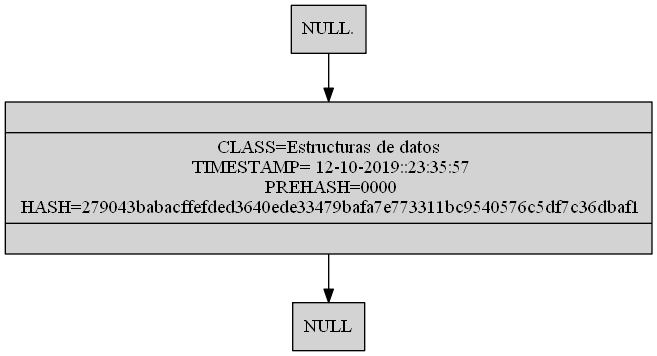
SelvinLP/EDD_2S2019_P2_201701133 keeps this Graphviz diagram as [EDD]P2_201701133/ListaDobleBlock.png. Above is the earlier version. Its source is kept beside it as [EDD]P2_201701133/ListaDobleBlock.dot.
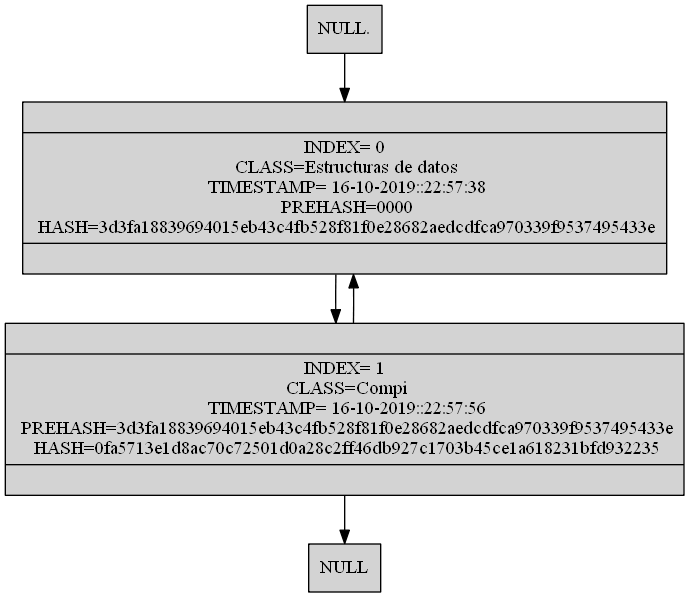
The same diagram one commit later.

The edit, as a diff of the source:
```diff
@@ -5,12 +5,17 @@
 "NULL" [shape=box]
 "NULL." [shape=box]
  "(Estructuras de datos
-)"[label ="{| CLASS=Estructuras de datos
-\n TIMESTAMP= 12-10-2019::23:35:57\n PREHASH=0000\n HASH=279043babacffefded3640ede33479bafa7e773311bc9540576c5df7c36dbaf1| }"]
+)"[label ="{| INDEX= 0\n CLASS=Estructuras de datos
+\n TIMESTAMP= 16-10-2019::22:57:38\n PREHASH=0000\n HASH=3d3fa18839694015eb43c4fb528f81f0e28682aedcdfca970339f9537495433e| }"]
+ "(Compi
+)"[label ="{| INDEX= 1\n CLASS=Compi
+\n TIMESTAMP= 16-10-2019::22:57:56\n PREHASH=3d3fa18839694015eb43c4fb528f81f0e28682aedcdfca970339f9537495433e\n HASH=0fa5713e1d8ac70c72501d0a28c2ff46db927c1703b45ce1a618231bfd932235| }"]
 
 "NULL." ->  "(Estructuras de datos
+)" ->  "(Compi
 )" -> "NULL"
  "(Estructuras de datos
+)" ->  "(Compi
 )"[dir=back]
 
 }
```
